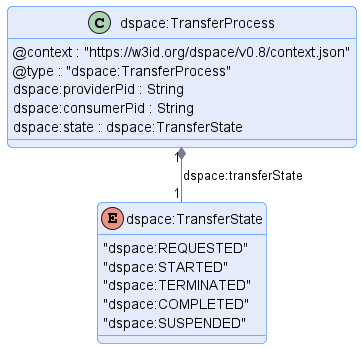
Above: transfer/message/diagram/transfer-process.png in International-Data-Spaces-Association/ids-specification (PlantUML), before the change.
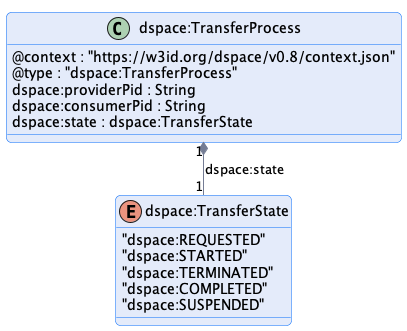
Above is the later version.

Diff of the diagram source:
```diff
@@ -23,6 +23,6 @@
     "dspace:SUSPENDED"
 }
 
-"dspace:TransferProcess" "1" *-- "1" "dspace:TransferState" : "dspace:transferState"
+"dspace:TransferProcess" "1" *-- "1" "dspace:TransferState" : "dspace:state"
 
 @enduml
```
